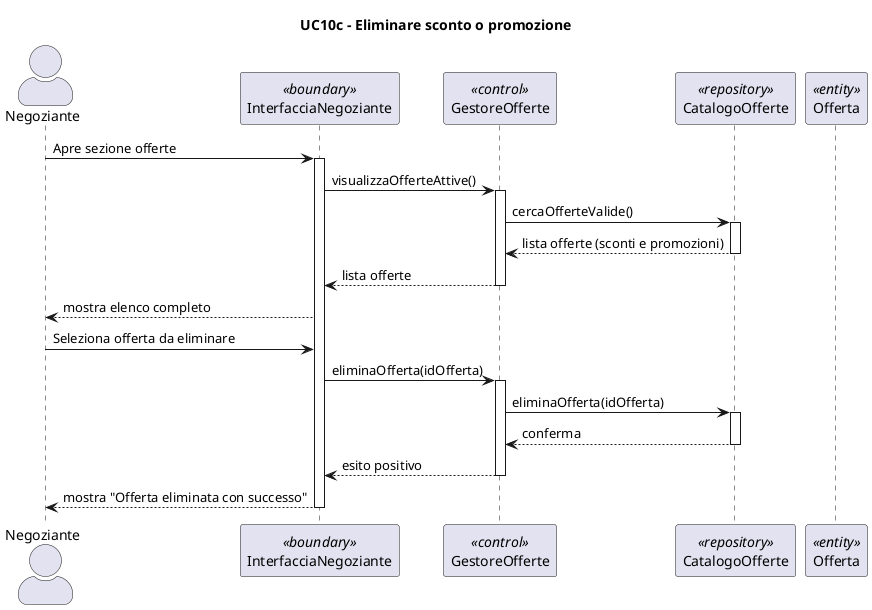
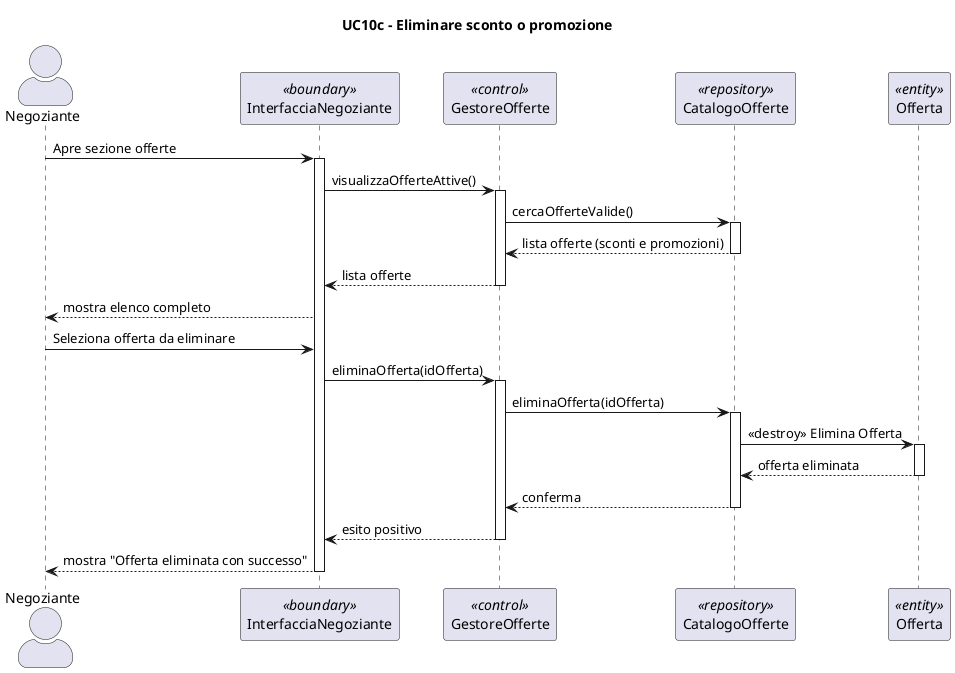
@startuml

skinparam actorStyle awesome
title UC10c - Eliminare sconto o promozione

actor "Negoziante" as N
participant "InterfacciaNegoziante" as IN <<boundary>>
participant "GestoreOfferte" as GP <<control>>
participant "CatalogoOfferte" as CO <<repository>>
participant "Offerta" as O <<entity>>

N -> IN: Apre sezione offerte
activate IN
IN -> GP: visualizzaOfferteAttive()
activate GP
GP -> CO: cercaOfferteValide()
activate CO
CO --> GP: lista offerte (sconti e promozioni)
deactivate CO
GP --> IN: lista offerte
deactivate GP
IN --> N: mostra elenco completo

N -> IN: Seleziona offerta da eliminare
IN -> GP: eliminaOfferta(idOfferta)
activate GP

GP -> CO: eliminaOfferta(idOfferta)
activate CO
+ CO -> O : <<destroy>> Elimina Offerta
+ activate O
+ O --> CO : offerta eliminata
+ deactivate O
CO --> GP: conferma
deactivate CO

GP --> IN: esito positivo
deactivate GP
IN --> N: mostra "Offerta eliminata con successo"
deactivate IN
@enduml